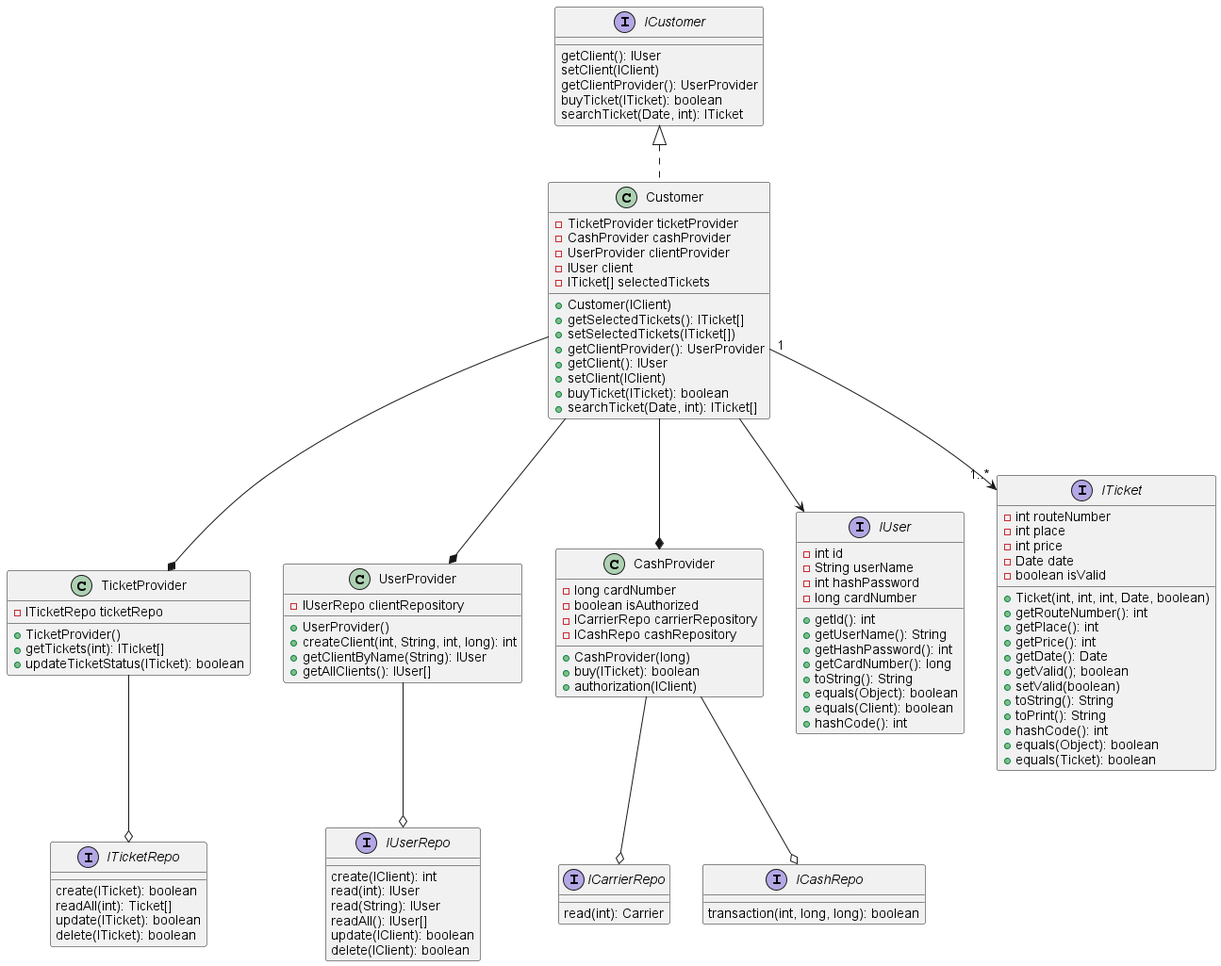
Earlier version of the PlantUML export Lesson4/HomeWork4/src/Core/CoreDiag.png (Demetrius81/Software_architecture).
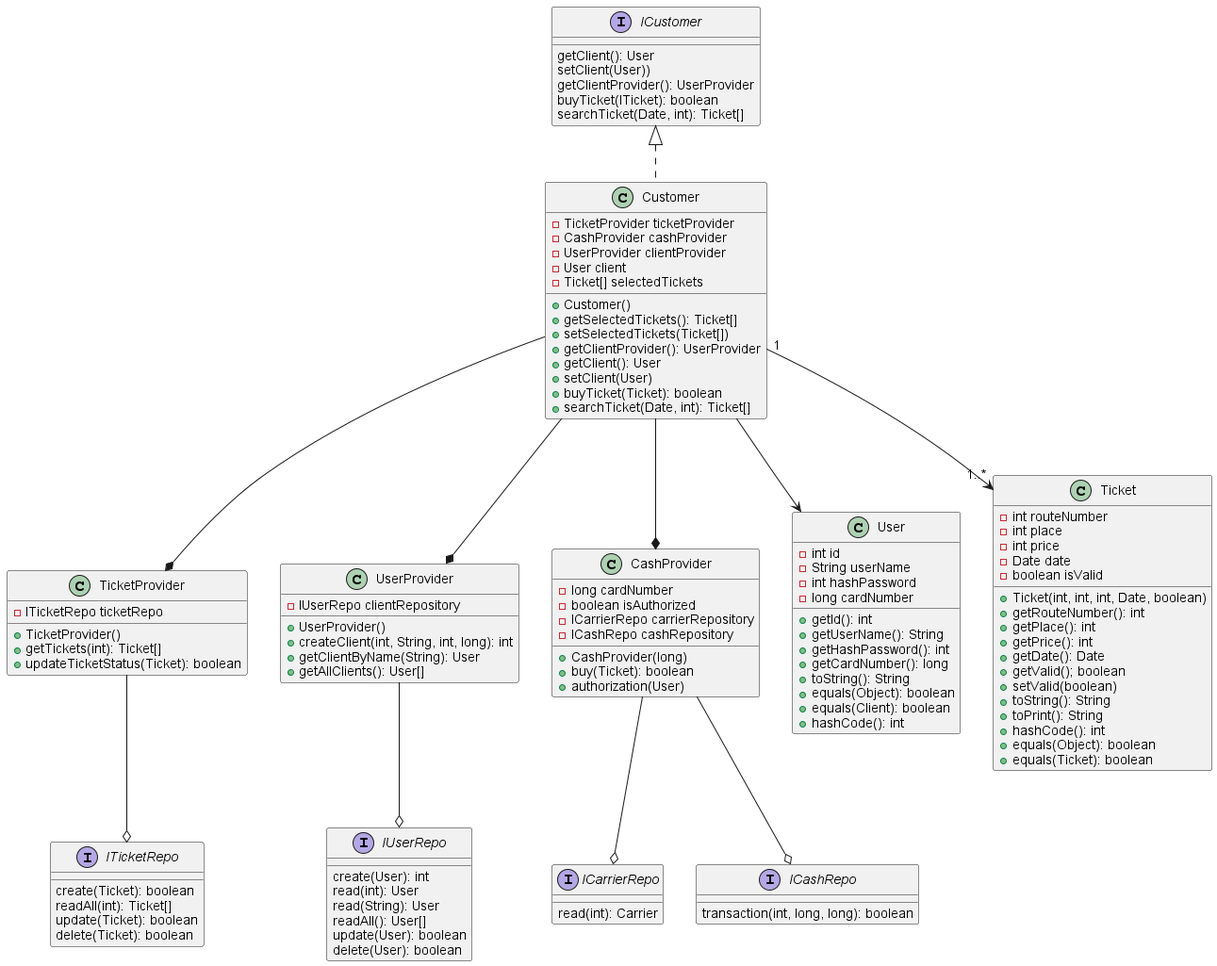
Later version of the same file.

Diff of the diagram source:
```diff
@@ -4,25 +4,25 @@
     - TicketProvider ticketProvider
     - CashProvider cashProvider
     - UserProvider clientProvider
-    - IUser client
-    - ITicket[] selectedTickets
+    - User client
+    - Ticket[] selectedTickets
 
-    + Customer(IClient)
-    + getSelectedTickets(): ITicket[]
-    + setSelectedTickets(ITicket[])
+    + Customer()
+    + getSelectedTickets(): Ticket[]
+    + setSelectedTickets(Ticket[])
     + getClientProvider(): UserProvider
-    + getClient(): IUser
-    + setClient(IClient)
-    + buyTicket(ITicket): boolean
-    + searchTicket(Date, int): ITicket[]
+    + getClient(): User
+    + setClient(User)
+    + buyTicket(Ticket): boolean
+    + searchTicket(Date, int): Ticket[]
 }
 
 class TicketProvider {
     - ITicketRepo ticketRepo
 
     + TicketProvider()
-    + getTickets(int): ITicket[]
-    + updateTicketStatus(ITicket): boolean
+    + getTickets(int): Ticket[]
+    + updateTicketStatus(Ticket): boolean
 }
 
 class UserProvider {
@@ -30,8 +30,8 @@
 
     + UserProvider()
     + createClient(int, String, int, long): int
-    + getClientByName(String): IUser
-    + getAllClients(): IUser[]
+    + getClientByName(String): User
+    + getAllClients(): User[]
 }
 
 class CashProvider {
@@ -41,11 +41,11 @@
     - ICashRepo cashRepository
 
     + CashProvider(long)
-    + buy(ITicket): boolean
-    + authorization(IClient)
+    + buy(Ticket): boolean
+    + authorization(User)
 }
 
-interface IUser {
+class User {
     - int id
     - String userName
     - int hashPassword
@@ -61,7 +61,7 @@
     + hashCode(): int
 }
 
-interface ITicket {
+class Ticket {
     - int routeNumber
     - int place
     - int price
@@ -83,11 +83,11 @@
 }
 
 interface ICustomer {
-    getClient(): IUser
-    setClient(IClient)
+    getClient(): User
+    setClient(User))
     getClientProvider(): UserProvider
     buyTicket(ITicket): boolean
-    searchTicket(Date, int): ITicket
+    searchTicket(Date, int): Ticket[]
 }
 
 interface ICarrierRepo {
@@ -99,27 +99,27 @@
 }
 
 interface IUserRepo {
-    create(IClient): int
-    read(int): IUser
-    read(String): IUser
-    readAll(): IUser[]
-    update(IClient): boolean
-    delete(IClient): boolean
+    create(User): int
+    read(int): User
+    read(String): User
+    readAll(): User[]
+    update(User): boolean
+    delete(User): boolean
 }
 
 interface ITicketRepo {
-    create(ITicket): boolean
+    create(Ticket): boolean
     readAll(int): Ticket[]
-    update(ITicket): boolean
-    delete(ITicket): boolean
+    update(Ticket): boolean
+    delete(Ticket): boolean
 }
 
 
 Customer --* TicketProvider
 Customer --* CashProvider
 Customer --* UserProvider
-Customer --> IUser
-Customer "1" --> "1..*" ITicket
+Customer --> User
+Customer "1" --> "1..*" Ticket
 
 TicketProvider --o ITicketRepo
 CashProvider --o ICashRepo
```
